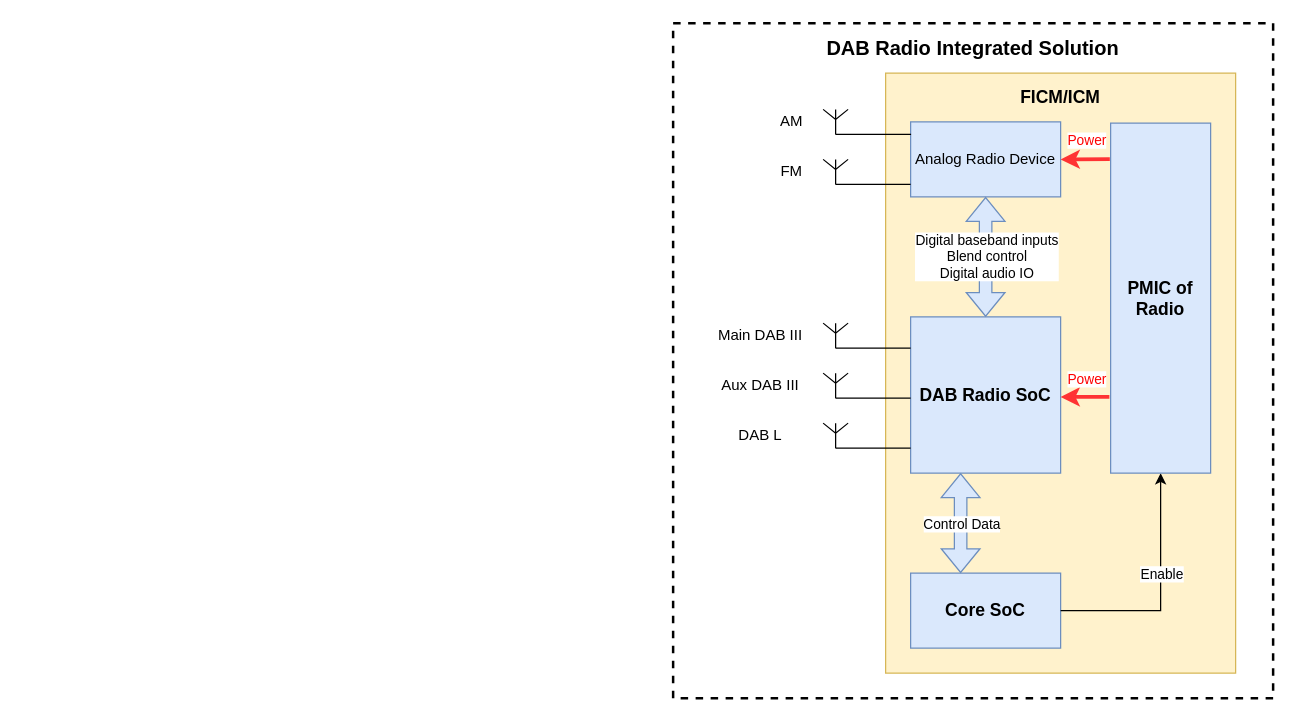
Before: res/drawio/dab_radio_hardware_block_diagram_integration.drawio in luojun6/extreme_energy_saving_dab_radio, a draw.io diagram. Source tidied: cells renumbered, new cells numbered last; positions are measured from the earlier drawing's top-left corner, leaving out a move shared by most shapes. Both pictures are drawn from the tidied source at 125%, with x=0, y=0 at pixel (672, 22).
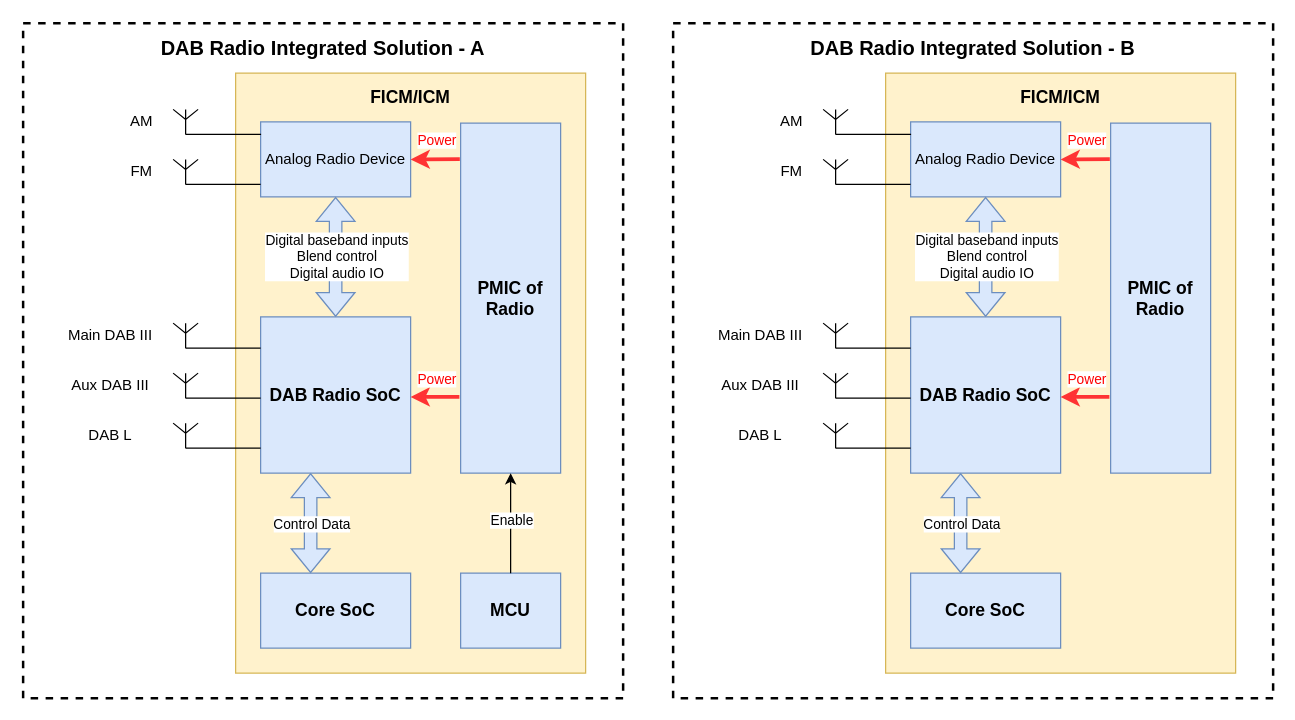
The same page after the edit.

Unchanged cells that the change refers to:
```xml
<mxCell id="4" value="Core SoC" style="rounded=0;whiteSpace=wrap;html=1;fillColor=#dae8fc;strokeColor=#6c8ebf;fontSize=14;fontStyle=1;" parent="1" vertex="1">
  <mxGeometry x="190" y="440" width="120" height="60" as="geometry" />
</mxCell>
<mxCell id="30" value="PMIC of Radio" style="rounded=0;whiteSpace=wrap;html=1;fillColor=#dae8fc;strokeColor=#6c8ebf;fontSize=14;fontStyle=1;" parent="1" vertex="1">
  <mxGeometry x="350" y="80" width="80" height="280" as="geometry" />
</mxCell>
```

The edit, as a diff of the source:
```diff
@@
-    <mxCell id="8" style="endArrow=classic;html=1;rounded=0;exitX=1;exitY=0.5;exitDx=0;exitDy=0;entryX=0.5;entryY=1;entryDx=0;entryDy=0;" parent="1" edge="1" source="4" target="30">
+    <mxCell id="8" style="endArrow=classic;html=1;rounded=0;exitX=1;exitY=0.5;exitDx=0;exitDy=0;entryX=0.5;entryY=1;entryDx=0;entryDy=0;" parent="1" edge="1">
       <mxGeometry relative="1" as="geometry">
+        <mxPoint x="-250" y="370" as="sourcePoint" />
+        <mxPoint x="-170" y="260" as="targetPoint" />
         <Array as="points">
-          <mxPoint x="390" y="470" />
+          <mxPoint x="-170" y="370" />
         </Array>
       </mxGeometry>
     </mxCell>
@@
-    <mxCell id="28" value="DAB Radio Integrated Solution" style="text;strokeColor=none;align=center;fillColor=none;html=1;verticalAlign=middle;whiteSpace=wrap;rounded=0;fontSize=16;fontStyle=1;" parent="1" vertex="1">
+    <mxCell id="28" value="DAB Radio Integrated Solution - B" style="text;strokeColor=none;align=center;fillColor=none;html=1;verticalAlign=middle;whiteSpace=wrap;rounded=0;fontSize=16;fontStyle=1;" parent="1" vertex="1">
       <mxGeometry width="480" height="40" as="geometry" />
     </mxCell>
@@
+    <mxCell id="35" style="rounded=0;whiteSpace=wrap;html=1;fillColor=none;dashed=1;strokeWidth=2;" parent="1" vertex="1">
+      <mxGeometry x="-520" width="480" height="540" as="geometry" />
+    </mxCell>
+    <mxCell id="36" style="rounded=0;whiteSpace=wrap;html=1;fillColor=#fff2cc;strokeColor=#d6b656;labelPosition=center;verticalLabelPosition=top;align=center;verticalAlign=bottom;" parent="1" vertex="1">
+      <mxGeometry x="-350" y="40" width="280" height="480" as="geometry" />
+    </mxCell>
+    <mxCell id="37" value="Core SoC" style="rounded=0;whiteSpace=wrap;html=1;fillColor=#dae8fc;strokeColor=#6c8ebf;fontSize=14;fontStyle=1;" parent="1" vertex="1">
+      <mxGeometry x="-330" y="440" width="120" height="60" as="geometry" />
+    </mxCell>
+    <mxCell id="38" value="DAB Radio SoC" style="rounded=0;whiteSpace=wrap;html=1;fillColor=#dae8fc;strokeColor=#6c8ebf;fontSize=14;fontStyle=1;" parent="1" vertex="1">
+      <mxGeometry x="-330" y="235" width="120" height="125" as="geometry" />
+    </mxCell>
+    <mxCell id="39" style="shape=flexArrow;endArrow=classic;startArrow=classic;html=1;rounded=0;fillColor=#dae8fc;strokeColor=#6c8ebf;" parent="1" edge="1">
+      <mxGeometry relative="1" as="geometry">
+        <mxPoint x="-290" y="440" as="sourcePoint" />
+        <mxPoint x="-290" y="360" as="targetPoint" />
+      </mxGeometry>
+    </mxCell>
+    <mxCell id="40" value="Control Data" style="edgeLabel;html=1;align=center;verticalAlign=middle;" parent="39" vertex="1">
+      <mxGeometry x="0.55" y="-9" relative="1" as="geometry">
+        <mxPoint x="-9" y="22" as="offset" />
+      </mxGeometry>
+    </mxCell>
+    <mxCell id="41" value="Analog Radio Device" style="rounded=0;whiteSpace=wrap;html=1;fillColor=#dae8fc;strokeColor=#6c8ebf;" parent="1" vertex="1">
+      <mxGeometry x="-330" y="79" width="120" height="60" as="geometry" />
+    </mxCell>
+    <mxCell id="42" style="verticalLabelPosition=bottom;shadow=0;dashed=0;align=center;html=1;verticalAlign=top;shape=mxgraph.electrical.radio.aerial_-_antenna_1;" parent="1" vertex="1">
+      <mxGeometry x="-400" y="69" width="20" height="20" as="geometry" />
+    </mxCell>
+    <mxCell id="43" style="endArrow=none;html=1;rounded=0;exitX=0.5;exitY=1;exitDx=0;exitDy=0;exitPerimeter=0;entryX=0.003;entryY=0.165;entryDx=0;entryDy=0;entryPerimeter=0;" parent="1" edge="1" source="42" target="41">
+      <mxGeometry relative="1" as="geometry" />
+    </mxCell>
+    <mxCell id="44" style="verticalLabelPosition=bottom;shadow=0;dashed=0;align=center;html=1;verticalAlign=top;shape=mxgraph.electrical.radio.aerial_-_antenna_1;" parent="1" vertex="1">
+      <mxGeometry x="-400" y="109" width="20" height="20" as="geometry" />
+    </mxCell>
+    <mxCell id="45" style="endArrow=none;html=1;rounded=0;exitX=0.5;exitY=1;exitDx=0;exitDy=0;exitPerimeter=0;entryX=0.003;entryY=0.165;entryDx=0;entryDy=0;entryPerimeter=0;" parent="1" edge="1" source="44">
+      <mxGeometry relative="1" as="geometry">
+        <mxPoint x="-330" y="129" as="targetPoint" />
+      </mxGeometry>
+    </mxCell>
+    <mxCell id="46" value="AM" style="text;strokeColor=none;align=center;fillColor=none;html=1;verticalAlign=middle;whiteSpace=wrap;rounded=0;" parent="1" vertex="1">
+      <mxGeometry x="-440" y="64" width="30" height="30" as="geometry" />
+    </mxCell>
+    <mxCell id="47" value="FM" style="text;strokeColor=none;align=center;fillColor=none;html=1;verticalAlign=middle;whiteSpace=wrap;rounded=0;" parent="1" vertex="1">
+      <mxGeometry x="-440" y="104" width="30" height="30" as="geometry" />
+    </mxCell>
+    <mxCell id="48" style="endArrow=none;html=1;rounded=0;exitX=0.5;exitY=1;exitDx=0;exitDy=0;exitPerimeter=0;entryX=0.003;entryY=0.165;entryDx=0;entryDy=0;entryPerimeter=0;" parent="1" edge="1" source="49">
+      <mxGeometry relative="1" as="geometry">
+        <mxPoint x="-330" y="260" as="targetPoint" />
+      </mxGeometry>
+    </mxCell>
+    <mxCell id="49" style="verticalLabelPosition=bottom;shadow=0;dashed=0;align=center;html=1;verticalAlign=top;shape=mxgraph.electrical.radio.aerial_-_antenna_1;" parent="1" vertex="1">
+      <mxGeometry x="-400" y="240" width="20" height="20" as="geometry" />
+    </mxCell>
+    <mxCell id="50" style="endArrow=none;html=1;rounded=0;exitX=0.5;exitY=1;exitDx=0;exitDy=0;exitPerimeter=0;entryX=0.003;entryY=0.165;entryDx=0;entryDy=0;entryPerimeter=0;" parent="1" edge="1" source="51">
+      <mxGeometry relative="1" as="geometry">
+        <mxPoint x="-330" y="300" as="targetPoint" />
+      </mxGeometry>
+    </mxCell>
+    <mxCell id="51" style="verticalLabelPosition=bottom;shadow=0;dashed=0;align=center;html=1;verticalAlign=top;shape=mxgraph.electrical.radio.aerial_-_antenna_1;" parent="1" vertex="1">
+      <mxGeometry x="-400" y="280" width="20" height="20" as="geometry" />
+    </mxCell>
+    <mxCell id="52" style="endArrow=none;html=1;rounded=0;exitX=0.5;exitY=1;exitDx=0;exitDy=0;exitPerimeter=0;entryX=0.003;entryY=0.165;entryDx=0;entryDy=0;entryPerimeter=0;" parent="1" edge="1" source="53">
+      <mxGeometry relative="1" as="geometry">
+        <mxPoint x="-330" y="340" as="targetPoint" />
+      </mxGeometry>
+    </mxCell>
+    <mxCell id="53" style="verticalLabelPosition=bottom;shadow=0;dashed=0;align=center;html=1;verticalAlign=top;shape=mxgraph.electrical.radio.aerial_-_antenna_1;" parent="1" vertex="1">
+      <mxGeometry x="-400" y="320" width="20" height="20" as="geometry" />
+    </mxCell>
+    <mxCell id="54" value="Main DAB III" style="text;strokeColor=none;align=center;fillColor=none;html=1;verticalAlign=middle;whiteSpace=wrap;rounded=0;" parent="1" vertex="1">
+      <mxGeometry x="-490" y="240" width="80" height="20" as="geometry" />
+    </mxCell>
+    <mxCell id="55" value="Aux DAB III" style="text;strokeColor=none;align=center;fillColor=none;html=1;verticalAlign=middle;whiteSpace=wrap;rounded=0;" parent="1" vertex="1">
+      <mxGeometry x="-490" y="280" width="80" height="20" as="geometry" />
+    </mxCell>
+    <mxCell id="56" value="DAB L" style="text;strokeColor=none;align=center;fillColor=none;html=1;verticalAlign=middle;whiteSpace=wrap;rounded=0;" parent="1" vertex="1">
+      <mxGeometry x="-490" y="320" width="80" height="20" as="geometry" />
+    </mxCell>
+    <mxCell id="57" style="shape=flexArrow;endArrow=classic;startArrow=classic;html=1;rounded=0;fillColor=#dae8fc;strokeColor=#6c8ebf;entryX=0.5;entryY=1;entryDx=0;entryDy=0;" parent="1" edge="1" target="41">
+      <mxGeometry relative="1" as="geometry">
+        <mxPoint x="-270" y="235" as="sourcePoint" />
+      </mxGeometry>
+    </mxCell>
+    <mxCell id="58" value="Digital baseband inputs&lt;br&gt;Blend control&lt;br&gt;Digital audio IO" style="edgeLabel;html=1;align=center;verticalAlign=middle;" parent="57" vertex="1">
+      <mxGeometry x="0.55" y="-9" relative="1" as="geometry">
+        <mxPoint x="-9" y="25" as="offset" />
+      </mxGeometry>
+    </mxCell>
+    <mxCell id="59" value="DAB Radio Integrated Solution - A" style="text;strokeColor=none;align=center;fillColor=none;html=1;verticalAlign=middle;whiteSpace=wrap;rounded=0;fontSize=16;fontStyle=1;" parent="1" vertex="1">
+      <mxGeometry x="-520" width="480" height="40" as="geometry" />
+    </mxCell>
+    <mxCell id="60" value="FICM/ICM" style="text;strokeColor=none;align=center;fillColor=none;html=1;verticalAlign=middle;whiteSpace=wrap;rounded=0;fontSize=14;fontStyle=1;" parent="1" vertex="1">
+      <mxGeometry x="-350" y="39" width="280" height="40" as="geometry" />
+    </mxCell>
+    <mxCell id="61" value="PMIC of Radio" style="rounded=0;whiteSpace=wrap;html=1;fillColor=#dae8fc;strokeColor=#6c8ebf;fontSize=14;fontStyle=1;" parent="1" vertex="1">
+      <mxGeometry x="-170" y="80" width="80" height="280" as="geometry" />
+    </mxCell>
+    <mxCell id="62" style="endArrow=classic;html=1;rounded=0;exitX=-0.008;exitY=0.103;exitDx=0;exitDy=0;exitPerimeter=0;entryX=1;entryY=0.5;entryDx=0;entryDy=0;strokeWidth=3;strokeColor=#FF3333;" parent="1" edge="1" source="61" target="41">
+      <mxGeometry relative="1" as="geometry" />
+    </mxCell>
+    <mxCell id="63" value="Power" style="edgeLabel;html=1;align=center;verticalAlign=middle;fontColor=#FF0000;" parent="62" vertex="1">
+      <mxGeometry x="0.22" y="-2" relative="1" as="geometry">
+        <mxPoint x="5" y="-13" as="offset" />
+      </mxGeometry>
+    </mxCell>
+    <mxCell id="64" style="endArrow=classic;html=1;rounded=0;exitX=-0.008;exitY=0.103;exitDx=0;exitDy=0;exitPerimeter=0;entryX=1;entryY=0.5;entryDx=0;entryDy=0;strokeWidth=3;strokeColor=#FF3333;" parent="1" edge="1">
+      <mxGeometry relative="1" as="geometry">
+        <mxPoint x="-171" y="299" as="sourcePoint" />
+        <mxPoint x="-210" y="299" as="targetPoint" />
+      </mxGeometry>
+    </mxCell>
+    <mxCell id="65" value="Power" style="edgeLabel;html=1;align=center;verticalAlign=middle;fontColor=#FF0000;" parent="64" vertex="1">
+      <mxGeometry x="0.22" y="-2" relative="1" as="geometry">
+        <mxPoint x="5" y="-13" as="offset" />
+      </mxGeometry>
+    </mxCell>
+    <mxCell id="66" value="MCU" style="rounded=0;whiteSpace=wrap;html=1;fillColor=#dae8fc;strokeColor=#6c8ebf;fontSize=14;fontStyle=1;" parent="1" vertex="1">
+      <mxGeometry x="-170" y="440" width="80" height="60" as="geometry" />
+    </mxCell>
+    <mxCell id="67" style="endArrow=classic;html=1;rounded=0;exitX=0.5;exitY=0;exitDx=0;exitDy=0;entryX=0.5;entryY=1;entryDx=0;entryDy=0;" parent="1" edge="1" source="66" target="61">
+      <mxGeometry relative="1" as="geometry" />
+    </mxCell>
+    <mxCell id="68" value="Enable" style="edgeLabel;html=1;align=center;verticalAlign=middle;" parent="67" vertex="1">
+      <mxGeometry x="0.22" y="-2" relative="1" as="geometry">
+        <mxPoint x="-2" y="6" as="offset" />
+      </mxGeometry>
+    </mxCell>
```
